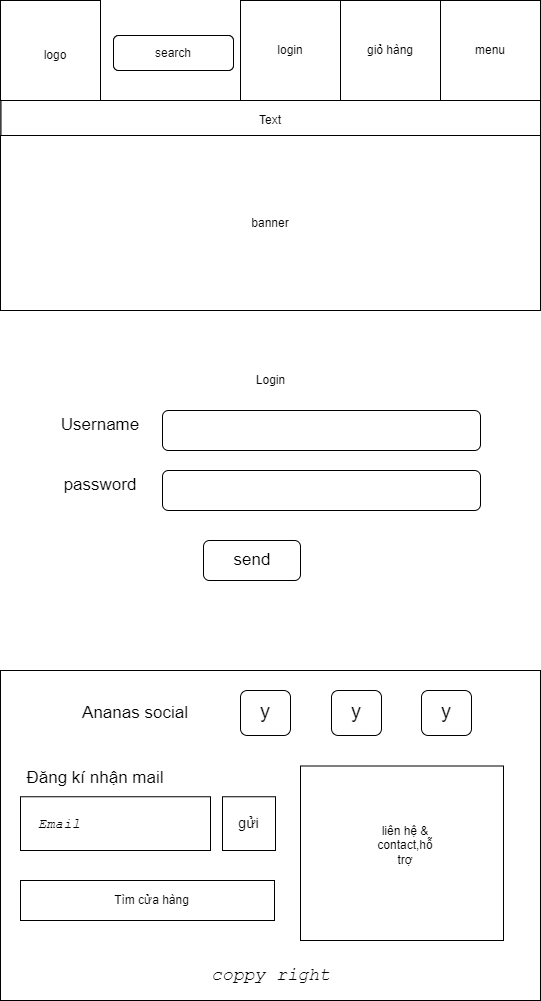
The draw.io diagram assignment/img/contact(tablet).png in z3dat/web106_ph36652, before a commit. Source tidied: cells renumbered, new cells last; positions are measured from the earlier drawing's top-left corner, leaving out a move shared by most shapes.
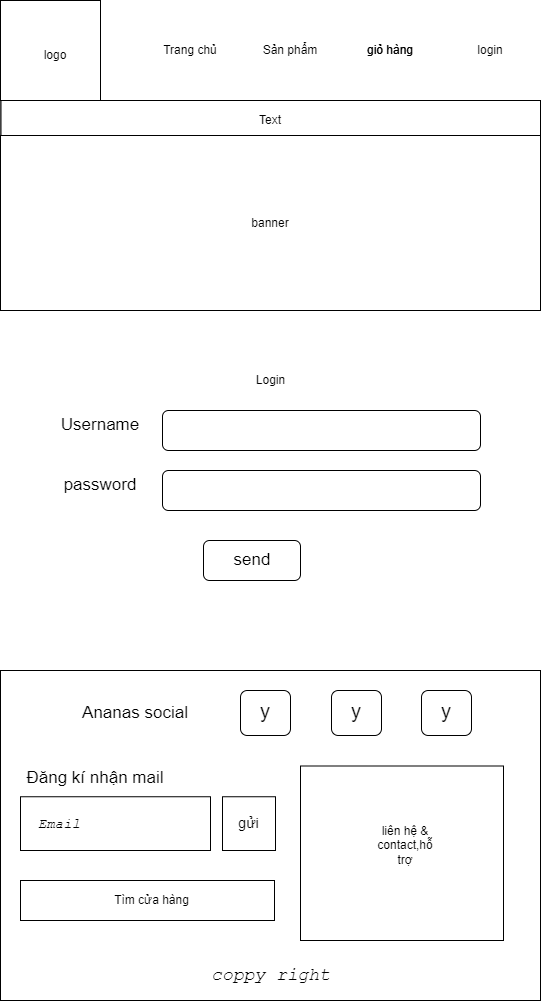
The same diagram one commit later.

Change to the diagram source:
```diff
@@ -8,19 +8,10 @@
     <mxCell id="3" value="logo" style="text;html=1;strokeColor=none;fillColor=none;align=center;verticalAlign=middle;whiteSpace=wrap;rounded=0;" parent="1" vertex="1">
       <mxGeometry x="25" y="40" width="60" height="30" as="geometry" />
     </mxCell>
-    <mxCell id="4" style="whiteSpace=wrap;html=1;" parent="1" vertex="1">
-      <mxGeometry x="440" width="100" height="100" as="geometry" />
-    </mxCell>
-    <mxCell id="5" value="menu" style="text;html=1;strokeColor=none;fillColor=none;align=center;verticalAlign=middle;whiteSpace=wrap;rounded=0;" parent="1" vertex="1">
+    <mxCell id="5" value="login" style="text;html=1;strokeColor=none;fillColor=none;align=center;verticalAlign=middle;whiteSpace=wrap;rounded=0;" parent="1" vertex="1">
       <mxGeometry x="460" y="35" width="60" height="30" as="geometry" />
     </mxCell>
-    <mxCell id="6" style="whiteSpace=wrap;html=1;" parent="1" vertex="1">
-      <mxGeometry x="340" width="100" height="100" as="geometry" />
-    </mxCell>
-    <mxCell id="7" style="whiteSpace=wrap;html=1;" parent="1" vertex="1">
-      <mxGeometry x="240" width="100" height="100" as="geometry" />
-    </mxCell>
-    <mxCell id="8" value="login" style="text;html=1;strokeColor=none;fillColor=none;align=center;verticalAlign=middle;whiteSpace=wrap;rounded=0;" parent="1" vertex="1">
+    <mxCell id="8" value="Sản phẩm" style="text;html=1;strokeColor=none;fillColor=none;align=center;verticalAlign=middle;whiteSpace=wrap;rounded=0;" parent="1" vertex="1">
       <mxGeometry x="260" y="35" width="60" height="30" as="geometry" />
     </mxCell>
     <mxCell id="9" value="giỏ hàng" style="text;html=1;strokeColor=none;fillColor=none;align=center;verticalAlign=middle;whiteSpace=wrap;rounded=0;" parent="1" vertex="1">
@@ -38,33 +29,12 @@
     <mxCell id="13" value="banner" style="text;html=1;strokeColor=none;fillColor=none;align=center;verticalAlign=middle;whiteSpace=wrap;rounded=0;" parent="1" vertex="1">
       <mxGeometry x="240.2" y="207.5" width="60" height="30" as="geometry" />
     </mxCell>
-    <mxCell id="14" style="rounded=1;whiteSpace=wrap;html=1;" parent="1" vertex="1">
-      <mxGeometry x="113" y="35" width="120" height="35" as="geometry" />
-    </mxCell>
-    <mxCell id="15" value="search" style="text;html=1;strokeColor=none;fillColor=none;align=center;verticalAlign=middle;whiteSpace=wrap;rounded=0;" parent="1" vertex="1">
-      <mxGeometry x="143" y="37.5" width="60" height="30" as="geometry" />
-    </mxCell>
     <mxCell id="16" style="whiteSpace=wrap;html=1;" parent="1" vertex="1">
       <mxGeometry width="100" height="100" as="geometry" />
     </mxCell>
     <mxCell id="17" value="logo" style="text;html=1;strokeColor=none;fillColor=none;align=center;verticalAlign=middle;whiteSpace=wrap;rounded=0;" parent="1" vertex="1">
       <mxGeometry x="25" y="40" width="60" height="30" as="geometry" />
     </mxCell>
-    <mxCell id="18" style="whiteSpace=wrap;html=1;" parent="1" vertex="1">
-      <mxGeometry x="440" width="100" height="100" as="geometry" />
-    </mxCell>
-    <mxCell id="19" value="menu" style="text;html=1;strokeColor=none;fillColor=none;align=center;verticalAlign=middle;whiteSpace=wrap;rounded=0;" parent="1" vertex="1">
-      <mxGeometry x="460" y="35" width="60" height="30" as="geometry" />
-    </mxCell>
-    <mxCell id="20" style="whiteSpace=wrap;html=1;" parent="1" vertex="1">
-      <mxGeometry x="340" width="100" height="100" as="geometry" />
-    </mxCell>
-    <mxCell id="21" style="whiteSpace=wrap;html=1;" parent="1" vertex="1">
-      <mxGeometry x="240" width="100" height="100" as="geometry" />
-    </mxCell>
-    <mxCell id="22" value="login" style="text;html=1;strokeColor=none;fillColor=none;align=center;verticalAlign=middle;whiteSpace=wrap;rounded=0;" parent="1" vertex="1">
-      <mxGeometry x="260" y="35" width="60" height="30" as="geometry" />
-    </mxCell>
     <mxCell id="23" value="giỏ hàng" style="text;html=1;strokeColor=none;fillColor=none;align=center;verticalAlign=middle;whiteSpace=wrap;rounded=0;" parent="1" vertex="1">
       <mxGeometry x="360" y="35" width="60" height="30" as="geometry" />
     </mxCell>
@@ -80,12 +50,6 @@
     <mxCell id="27" value="banner" style="text;html=1;strokeColor=none;fillColor=none;align=center;verticalAlign=middle;whiteSpace=wrap;rounded=0;" parent="1" vertex="1">
       <mxGeometry x="240.2" y="207.5" width="60" height="30" as="geometry" />
     </mxCell>
-    <mxCell id="28" style="rounded=1;whiteSpace=wrap;html=1;" parent="1" vertex="1">
-      <mxGeometry x="113" y="35" width="120" height="35" as="geometry" />
-    </mxCell>
-    <mxCell id="29" value="search" style="text;html=1;strokeColor=none;fillColor=none;align=center;verticalAlign=middle;whiteSpace=wrap;rounded=0;" parent="1" vertex="1">
-      <mxGeometry x="143" y="37.5" width="60" height="30" as="geometry" />
-    </mxCell>
     <mxCell id="30" value="Login" style="text;html=1;strokeColor=none;fillColor=none;align=center;verticalAlign=middle;whiteSpace=wrap;rounded=0;" parent="1" vertex="1">
       <mxGeometry x="232" y="360" width="77" height="40" as="geometry" />
     </mxCell>
@@ -161,5 +125,8 @@
     <mxCell id="54" value="y" style="text;html=1;strokeColor=none;fillColor=none;align=center;verticalAlign=middle;whiteSpace=wrap;rounded=0;fontSize=20;" parent="1" vertex="1">
       <mxGeometry x="337.2" y="705" width="37.5" height="10" as="geometry" />
     </mxCell>
+    <mxCell id="55" value="Trang chủ" style="text;html=1;strokeColor=none;fillColor=none;align=center;verticalAlign=middle;whiteSpace=wrap;rounded=0;" parent="1" vertex="1">
+      <mxGeometry x="160.2" y="35" width="60" height="30" as="geometry" />
+    </mxCell>
   </root>
 </mxGraphModel>
```
